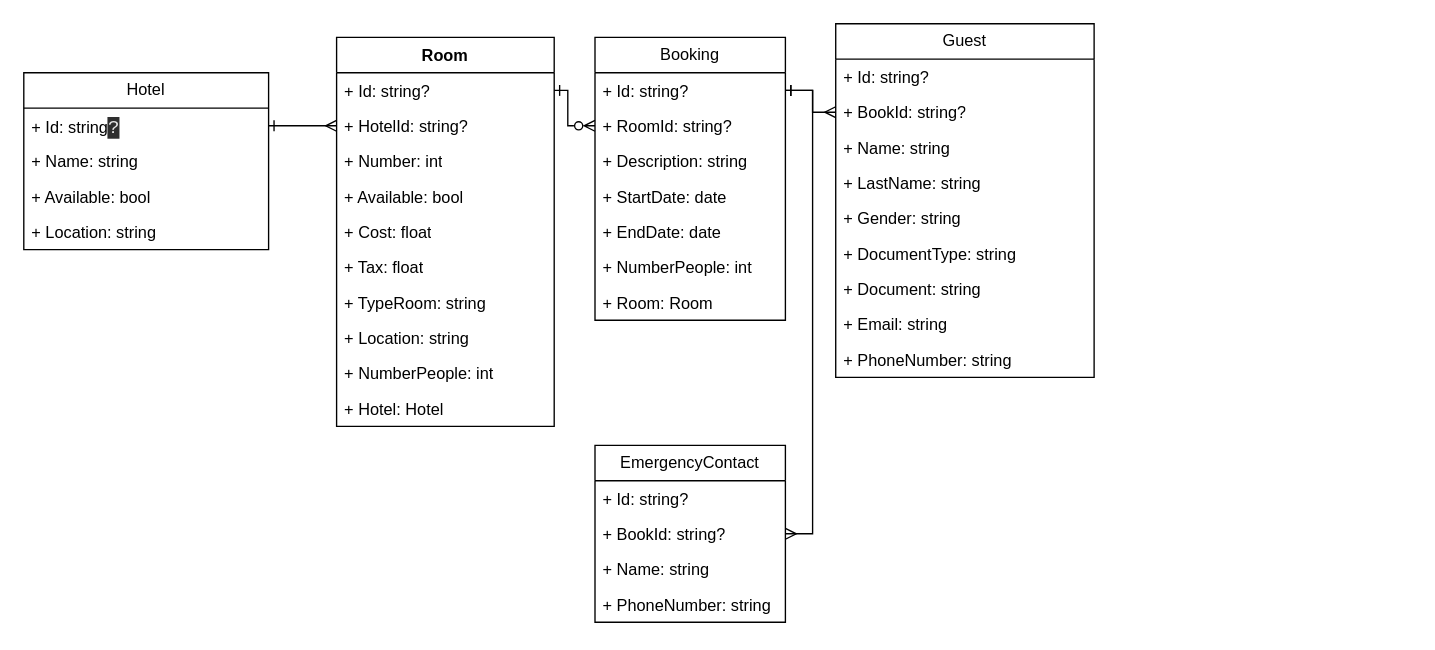
Above: Diagrama sin título.drawio in Alejo215/AppHoteles (draw.io), before the change. Source tidied: cells renumbered, new cells numbered last; positions are measured from the earlier drawing's top-left corner, leaving out a move shared by most shapes. Both pictures are drawn from the tidied source at 136%, with x=0, y=0 at pixel (23, 23).
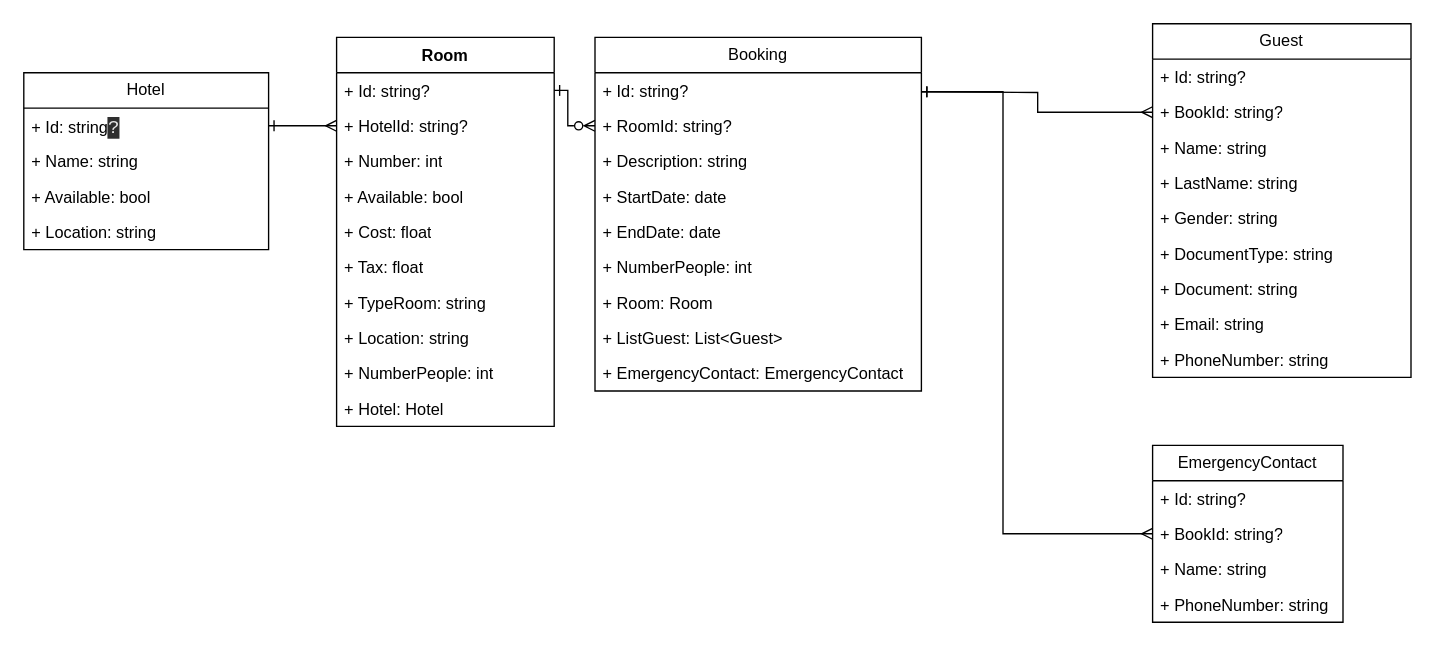
After the change.

Commit message:
Se organizan lasrelaciones entre tablas

Unchanged cells that the change refers to:
```xml
<mxCell id="28" value="+ BookId: string?" style="text;strokeColor=none;fillColor=none;align=left;verticalAlign=top;spacingLeft=4;spacingRight=4;overflow=hidden;points=[[0,0.5],[1,0.5]];portConstraint=eastwest;whiteSpace=wrap;html=1;" parent="26" vertex="1">
  <mxGeometry y="52" width="190" height="26" as="geometry" />
</mxCell>
<mxCell id="38" value="+ BookId: string?" style="text;strokeColor=none;fillColor=none;align=left;verticalAlign=top;spacingLeft=4;spacingRight=4;overflow=hidden;points=[[0,0.5],[1,0.5]];portConstraint=eastwest;whiteSpace=wrap;html=1;" parent="36" vertex="1">
  <mxGeometry y="52" width="140" height="26" as="geometry" />
</mxCell>
```

What changed in the source:
```diff
@@
     <mxCell id="18" value="Booking" style="swimlane;fontStyle=0;horizontal=1;startSize=26;fillColor=none;whiteSpace=wrap;html=1;" parent="1" vertex="1">
-      <mxGeometry x="420" y="10" width="140" height="208" as="geometry" />
+      <mxGeometry x="420" y="10" width="240" height="260" as="geometry" />
     </mxCell>
     <mxCell id="19" value="+ Id: string?&amp;nbsp;" style="text;strokeColor=none;fillColor=none;align=left;verticalAlign=top;spacingLeft=4;spacingRight=4;overflow=hidden;points=[[0,0.5],[1,0.5]];portConstraint=eastwest;whiteSpace=wrap;html=1;" parent="18" vertex="1">
-      <mxGeometry y="26" width="140" height="26" as="geometry" />
+      <mxGeometry y="26" width="240" height="26" as="geometry" />
     </mxCell>
     <mxCell id="20" value="+ RoomId: string?&amp;nbsp;" style="text;strokeColor=none;fillColor=none;align=left;verticalAlign=top;spacingLeft=4;spacingRight=4;overflow=hidden;points=[[0,0.5],[1,0.5]];portConstraint=eastwest;whiteSpace=wrap;html=1;" parent="18" vertex="1">
-      <mxGeometry y="52" width="140" height="26" as="geometry" />
+      <mxGeometry y="52" width="240" height="26" as="geometry" />
     </mxCell>
     <mxCell id="21" value="+ Description: string" style="text;strokeColor=none;fillColor=none;align=left;verticalAlign=top;spacingLeft=4;spacingRight=4;overflow=hidden;whiteSpace=wrap;html=1;" parent="18" vertex="1">
-      <mxGeometry y="78" width="140" height="26" as="geometry" />
+      <mxGeometry y="78" width="240" height="26" as="geometry" />
     </mxCell>
     <mxCell id="22" value="+ StartDate: date" style="text;strokeColor=none;fillColor=none;align=left;verticalAlign=top;spacingLeft=4;spacingRight=4;overflow=hidden;whiteSpace=wrap;html=1;" parent="18" vertex="1">
-      <mxGeometry y="104" width="140" height="26" as="geometry" />
+      <mxGeometry y="104" width="240" height="26" as="geometry" />
     </mxCell>
     <mxCell id="23" value="+ EndDate: date" style="text;strokeColor=none;fillColor=none;align=left;verticalAlign=top;spacingLeft=4;spacingRight=4;overflow=hidden;whiteSpace=wrap;html=1;" parent="18" vertex="1">
-      <mxGeometry y="130" width="140" height="26" as="geometry" />
+      <mxGeometry y="130" width="240" height="26" as="geometry" />
     </mxCell>
     <mxCell id="24" value="+ NumberPeople: int" style="text;strokeColor=none;fillColor=none;align=left;verticalAlign=top;spacingLeft=4;spacingRight=4;overflow=hidden;whiteSpace=wrap;html=1;" parent="18" vertex="1">
-      <mxGeometry y="156" width="140" height="26" as="geometry" />
+      <mxGeometry y="156" width="240" height="26" as="geometry" />
     </mxCell>
     <mxCell id="25" value="+ Room: Room" style="text;strokeColor=none;fillColor=none;align=left;verticalAlign=top;spacingLeft=4;spacingRight=4;overflow=hidden;whiteSpace=wrap;html=1;" parent="18" vertex="1">
-      <mxGeometry y="182" width="140" height="26" as="geometry" />
+      <mxGeometry y="182" width="240" height="26" as="geometry" />
     </mxCell>
+    <mxCell id="45" value="+ ListGuest: List&amp;lt;Guest&amp;gt;" style="text;strokeColor=none;fillColor=none;align=left;verticalAlign=top;spacingLeft=4;spacingRight=4;overflow=hidden;whiteSpace=wrap;html=1;" parent="18" vertex="1">
+      <mxGeometry y="208" width="240" height="26" as="geometry" />
+    </mxCell>
+    <mxCell id="46" value="+ EmergencyContact: EmergencyContact" style="text;strokeColor=none;fillColor=none;align=left;verticalAlign=top;spacingLeft=4;spacingRight=4;overflow=hidden;whiteSpace=wrap;html=1;" parent="18" vertex="1">
+      <mxGeometry y="234" width="240" height="26" as="geometry" />
+    </mxCell>
+    <mxCell id="47" style="edgeStyle=orthogonalEdgeStyle;rounded=0;jettySize=auto;html=1;exitX=0;exitY=0.25;exitDx=0;exitDy=0;endArrow=ERone;endFill=0;startArrow=ERmany;startFill=0;" parent="1" edge="1" source="26">
+      <mxGeometry relative="1" as="geometry">
+        <mxPoint x="660" y="50" as="targetPoint" />
+      </mxGeometry>
+    </mxCell>
     <mxCell id="26" value="Guest" style="swimlane;fontStyle=0;horizontal=1;startSize=26;fillColor=none;whiteSpace=wrap;html=1;" parent="1" vertex="1">
-      <mxGeometry x="597" width="190" height="260" as="geometry" />
+      <mxGeometry x="830" width="190" height="260" as="geometry" />
     </mxCell>
@@
     <mxCell id="36" value="EmergencyContact" style="swimlane;fontStyle=0;horizontal=1;startSize=26;fillColor=none;whiteSpace=wrap;html=1;" parent="1" vertex="1">
-      <mxGeometry x="420" y="310" width="140" height="130" as="geometry" />
+      <mxGeometry x="830" y="310" width="140" height="130" as="geometry" />
     </mxCell>
@@
-    <mxCell id="43" style="edgeStyle=orthogonalEdgeStyle;rounded=0;jettySize=auto;html=1;exitX=0;exitY=0.5;exitDx=0;exitDy=0;entryX=1;entryY=0.5;entryDx=0;entryDy=0;startArrow=ERmany;startFill=0;endArrow=ERone;endFill=0;" parent="1" edge="1" source="28" target="19">
-      <mxGeometry relative="1" as="geometry">
-        <Array as="points">
-          <mxPoint x="580" y="65" />
-          <mxPoint x="580" y="49" />
-        </Array>
-      </mxGeometry>
-    </mxCell>
-    <mxCell id="44" style="edgeStyle=orthogonalEdgeStyle;rounded=0;jettySize=auto;html=1;exitX=1;exitY=0.5;exitDx=0;exitDy=0;entryX=1;entryY=0.5;entryDx=0;entryDy=0;startArrow=ERmany;startFill=0;endArrow=ERone;endFill=0;" parent="1" edge="1" source="38" target="19">
-      <mxGeometry relative="1" as="geometry" />
+    <mxCell id="44" style="edgeStyle=orthogonalEdgeStyle;rounded=0;orthogonalLoop=1;jettySize=auto;html=1;startArrow=ERmany;startFill=0;endArrow=ERone;endFill=0;" parent="1" edge="1">
+      <mxGeometry relative="1" as="geometry">
+        <mxPoint x="830" y="375" as="sourcePoint" />
+        <mxPoint x="660" y="50" as="targetPoint" />
+        <Array as="points">
+          <mxPoint x="720" y="375" />
+          <mxPoint x="720" y="50" />
+        </Array>
+      </mxGeometry>
     </mxCell>
```
